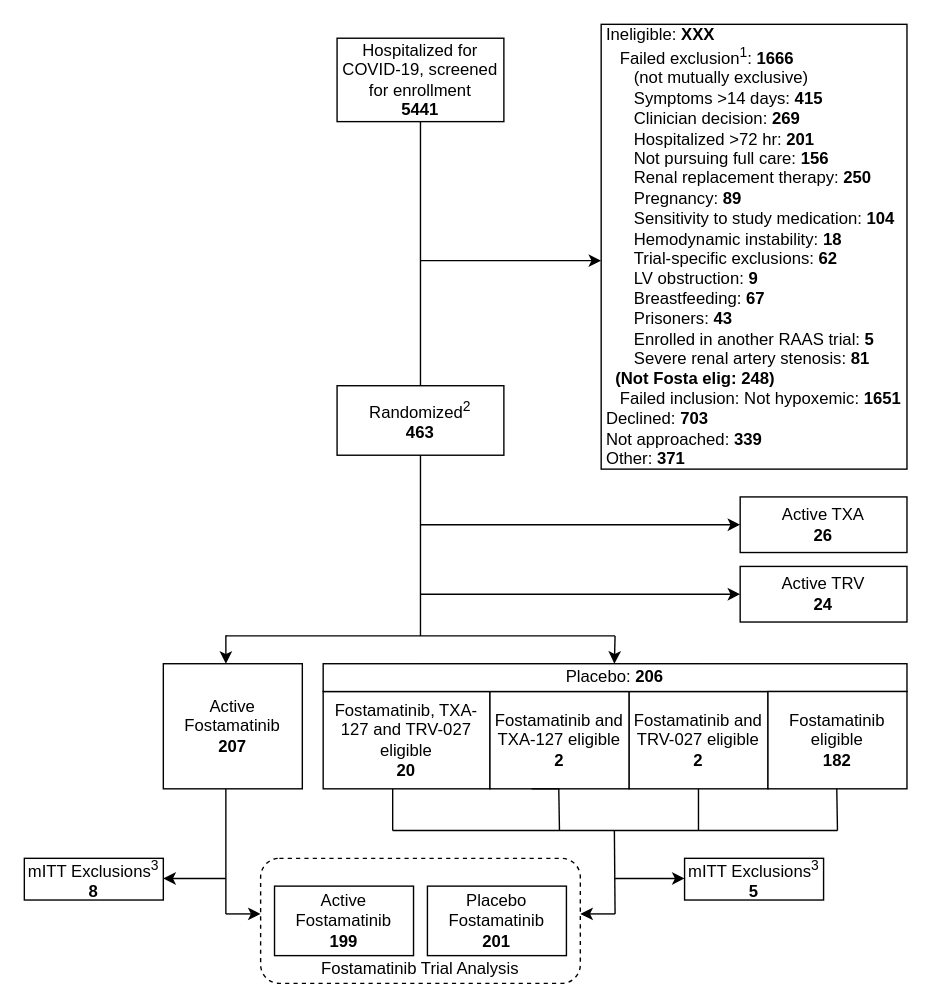
The draw.io diagram A4HT-CONSORT.drawio in jjdeclercq/VUMisC, before the edit. Source tidied: cells renumbered, new cells numbered last; positions are measured from the earlier drawing's top-left corner, leaving out a move shared by most shapes. Both pictures are drawn from the tidied source at 139%, with x=0, y=0 at pixel (24, 24).
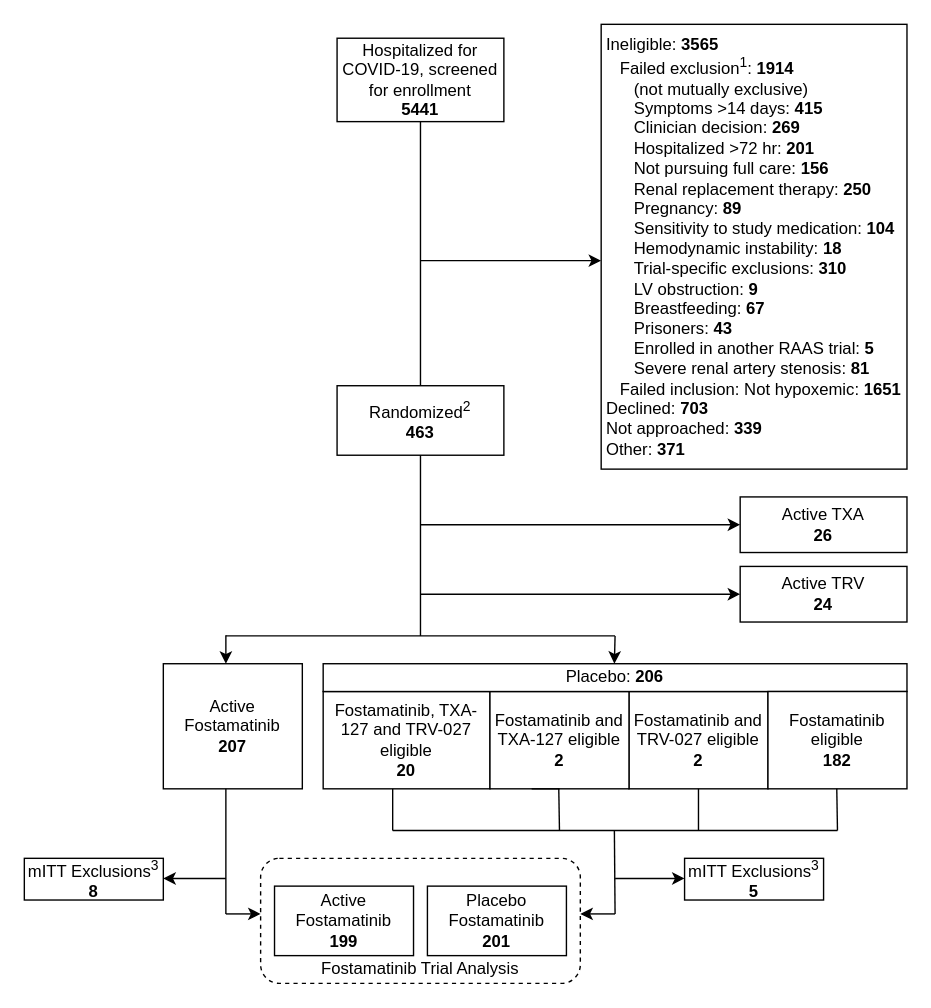
The same diagram, later.

What changed in the source:
```diff
@@
-    <mxCell id="5" value="&lt;div style=&quot;text-align: left;&quot;&gt;&lt;span style=&quot;background-color: initial;&quot;&gt;Ineligible: &lt;b&gt;XXX&lt;/b&gt;&lt;/span&gt;&lt;/div&gt;&lt;div style=&quot;text-align: left;&quot;&gt;&lt;span style=&quot;background-color: initial;&quot;&gt;&lt;b&gt;&amp;nbsp; &amp;nbsp;&lt;/b&gt;Failed exclusion&lt;sup&gt;1&lt;/sup&gt;: &lt;b&gt;1666&lt;/b&gt;&lt;/span&gt;&lt;/div&gt;&lt;div style=&quot;text-align: left;&quot;&gt;&lt;span style=&quot;background-color: initial;&quot;&gt;&lt;b&gt;&amp;nbsp; &amp;nbsp; &amp;nbsp; &lt;/b&gt;(not mutually exclusive)&lt;/span&gt;&lt;/div&gt;&lt;div style=&quot;text-align: left;&quot;&gt;&lt;span style=&quot;background-color: initial;&quot;&gt;&amp;nbsp; &amp;nbsp; &amp;nbsp; Symptoms &amp;gt;14 days: &lt;b&gt;415&lt;/b&gt;&lt;/span&gt;&lt;br&gt;&lt;/div&gt;&lt;div style=&quot;text-align: left;&quot;&gt;&amp;nbsp; &amp;nbsp; &amp;nbsp; Clinician decision: &lt;b&gt;269&lt;/b&gt;&lt;/div&gt;&lt;div style=&quot;text-align: left;&quot;&gt;&amp;nbsp; &amp;nbsp; &amp;nbsp; Hospitalized &amp;gt;72 hr: &lt;b&gt;201&lt;/b&gt;&lt;/div&gt;&lt;div style=&quot;text-align: left;&quot;&gt;&amp;nbsp; &amp;nbsp; &amp;nbsp; Not pursuing full care: &lt;b&gt;156&lt;br&gt;&lt;/b&gt;&lt;/div&gt;&lt;div style=&quot;text-align: left;&quot;&gt;&amp;nbsp; &amp;nbsp; &amp;nbsp; Renal replacement therapy: &lt;b&gt;250&lt;/b&gt;&lt;/div&gt;&lt;div style=&quot;text-align: left;&quot;&gt;&lt;span style=&quot;background-color: initial;&quot;&gt;&amp;nbsp; &amp;nbsp; &amp;nbsp; Pregnancy: &lt;b&gt;89&lt;/b&gt;&lt;/span&gt;&lt;/div&gt;&lt;div style=&quot;text-align: left;&quot;&gt;&lt;b style=&quot;background-color: initial;&quot;&gt;&amp;nbsp; &amp;nbsp; &amp;nbsp; &lt;/b&gt;&lt;span style=&quot;background-color: initial;&quot;&gt;Sensitivity to study medication: &lt;b&gt;104&lt;/b&gt;&lt;/span&gt;&lt;/div&gt;&lt;div style=&quot;text-align: left;&quot;&gt;&lt;span style=&quot;background-color: initial;&quot;&gt;&amp;nbsp; &amp;nbsp; &amp;nbsp; Hemodynamic instability: &lt;b&gt;18&lt;/b&gt;&lt;/span&gt;&lt;/div&gt;&lt;div style=&quot;text-align: left;&quot;&gt;&lt;b style=&quot;border-color: var(--border-color);&quot;&gt;&amp;nbsp; &amp;nbsp; &amp;nbsp;&amp;nbsp;&lt;/b&gt;Trial-specific exclusions: &lt;b&gt;62&lt;/b&gt;&lt;span style=&quot;background-color: initial;&quot;&gt;&lt;b&gt;&lt;br&gt;&lt;/b&gt;&lt;/span&gt;&lt;/div&gt;&lt;div style=&quot;text-align: left;&quot;&gt;&lt;span style=&quot;background-color: initial;&quot;&gt;&lt;b&gt;&amp;nbsp; &amp;nbsp; &amp;nbsp; &lt;/b&gt;LV obstruction: &lt;b&gt;9&lt;/b&gt;&lt;/span&gt;&lt;/div&gt;&lt;div style=&quot;text-align: left;&quot;&gt;&lt;span style=&quot;background-color: initial;&quot;&gt;&lt;b&gt;&amp;nbsp; &amp;nbsp; &amp;nbsp; &lt;/b&gt;Breastfeeding: &lt;b&gt;67&lt;/b&gt;&lt;/span&gt;&lt;/div&gt;&lt;div style=&quot;text-align: left;&quot;&gt;&lt;span style=&quot;background-color: initial;&quot;&gt;&amp;nbsp; &amp;nbsp; &amp;nbsp; Prisoners: &lt;b&gt;43&lt;/b&gt;&lt;/span&gt;&lt;/div&gt;&lt;div style=&quot;text-align: left;&quot;&gt;&lt;span style=&quot;background-color: initial;&quot;&gt;&amp;nbsp; &amp;nbsp; &amp;nbsp; Enrolled in another RAAS trial: &lt;b&gt;5&lt;/b&gt;&lt;/span&gt;&lt;/div&gt;&lt;div style=&quot;text-align: left;&quot;&gt;&lt;span style=&quot;background-color: initial;&quot;&gt;&amp;nbsp; &amp;nbsp; &amp;nbsp; Severe renal artery stenosis: &lt;b&gt;81&lt;/b&gt;&lt;/span&gt;&lt;/div&gt;&lt;div style=&quot;text-align: left;&quot;&gt;&lt;span style=&quot;background-color: initial;&quot;&gt;&lt;b&gt;&amp;nbsp; (Not Fosta elig: 248)&lt;/b&gt;&lt;/span&gt;&lt;/div&gt;&lt;div style=&quot;text-align: left;&quot;&gt;&amp;nbsp; &amp;nbsp;Failed inclusion: Not hypoxemic: &lt;b&gt;1651&lt;br&gt;&lt;/b&gt;&lt;/div&gt;&lt;div style=&quot;text-align: left;&quot;&gt;&lt;span style=&quot;border-color: var(--border-color);&quot;&gt;Declined: &lt;b&gt;703&lt;/b&gt;&lt;br&gt;&lt;/span&gt;&lt;/div&gt;&lt;div style=&quot;text-align: left;&quot;&gt;&lt;span style=&quot;background-color: initial;&quot;&gt;Not approached: &lt;b&gt;339&lt;/b&gt;&lt;/span&gt;&lt;/div&gt;&lt;div style=&quot;text-align: left;&quot;&gt;&lt;span style=&quot;background-color: initial;&quot;&gt;Other: &lt;b&gt;371&lt;/b&gt;&lt;/span&gt;&lt;br&gt;&lt;/div&gt;" style="rounded=0;whiteSpace=wrap;html=1;" parent="1" vertex="1">
+    <mxCell id="5" value="&lt;div style=&quot;text-align: left;&quot;&gt;&lt;span style=&quot;background-color: initial;&quot;&gt;Ineligible: &lt;b&gt;3565&lt;/b&gt;&lt;/span&gt;&lt;/div&gt;&lt;div style=&quot;text-align: left;&quot;&gt;&lt;span style=&quot;background-color: initial;&quot;&gt;&lt;b&gt;&amp;nbsp; &amp;nbsp;&lt;/b&gt;Failed exclusion&lt;sup&gt;1&lt;/sup&gt;: &lt;b&gt;1914&lt;/b&gt;&lt;/span&gt;&lt;/div&gt;&lt;div style=&quot;text-align: left;&quot;&gt;&lt;span style=&quot;background-color: initial;&quot;&gt;&lt;b&gt;&amp;nbsp; &amp;nbsp; &amp;nbsp; &lt;/b&gt;(not mutually exclusive)&lt;/span&gt;&lt;/div&gt;&lt;div style=&quot;text-align: left;&quot;&gt;&lt;span style=&quot;background-color: initial;&quot;&gt;&amp;nbsp; &amp;nbsp; &amp;nbsp; Symptoms &amp;gt;14 days: &lt;b&gt;415&lt;/b&gt;&lt;/span&gt;&lt;br&gt;&lt;/div&gt;&lt;div style=&quot;text-align: left;&quot;&gt;&amp;nbsp; &amp;nbsp; &amp;nbsp; Clinician decision: &lt;b&gt;269&lt;/b&gt;&lt;/div&gt;&lt;div style=&quot;text-align: left;&quot;&gt;&amp;nbsp; &amp;nbsp; &amp;nbsp; Hospitalized &amp;gt;72 hr: &lt;b&gt;201&lt;/b&gt;&lt;/div&gt;&lt;div style=&quot;text-align: left;&quot;&gt;&amp;nbsp; &amp;nbsp; &amp;nbsp; Not pursuing full care: &lt;b&gt;156&lt;br&gt;&lt;/b&gt;&lt;/div&gt;&lt;div style=&quot;text-align: left;&quot;&gt;&amp;nbsp; &amp;nbsp; &amp;nbsp; Renal replacement therapy: &lt;b&gt;250&lt;/b&gt;&lt;/div&gt;&lt;div style=&quot;text-align: left;&quot;&gt;&lt;span style=&quot;background-color: initial;&quot;&gt;&amp;nbsp; &amp;nbsp; &amp;nbsp; Pregnancy: &lt;b&gt;89&lt;/b&gt;&lt;/span&gt;&lt;/div&gt;&lt;div style=&quot;text-align: left;&quot;&gt;&lt;b style=&quot;background-color: initial;&quot;&gt;&amp;nbsp; &amp;nbsp; &amp;nbsp; &lt;/b&gt;&lt;span style=&quot;background-color: initial;&quot;&gt;Sensitivity to study medication: &lt;b&gt;104&lt;/b&gt;&lt;/span&gt;&lt;/div&gt;&lt;div style=&quot;text-align: left;&quot;&gt;&lt;span style=&quot;background-color: initial;&quot;&gt;&amp;nbsp; &amp;nbsp; &amp;nbsp; Hemodynamic instability: &lt;b&gt;18&lt;/b&gt;&lt;/span&gt;&lt;/div&gt;&lt;div style=&quot;text-align: left;&quot;&gt;&lt;b style=&quot;border-color: var(--border-color);&quot;&gt;&amp;nbsp; &amp;nbsp; &amp;nbsp;&amp;nbsp;&lt;/b&gt;Trial-specific exclusions: &lt;b&gt;310&lt;/b&gt;&lt;span style=&quot;background-color: initial;&quot;&gt;&lt;b&gt;&lt;br&gt;&lt;/b&gt;&lt;/span&gt;&lt;/div&gt;&lt;div style=&quot;text-align: left;&quot;&gt;&lt;span style=&quot;background-color: initial;&quot;&gt;&lt;b&gt;&amp;nbsp; &amp;nbsp; &amp;nbsp; &lt;/b&gt;LV obstruction: &lt;b&gt;9&lt;/b&gt;&lt;/span&gt;&lt;/div&gt;&lt;div style=&quot;text-align: left;&quot;&gt;&lt;span style=&quot;background-color: initial;&quot;&gt;&lt;b&gt;&amp;nbsp; &amp;nbsp; &amp;nbsp; &lt;/b&gt;Breastfeeding: &lt;b&gt;67&lt;/b&gt;&lt;/span&gt;&lt;/div&gt;&lt;div style=&quot;text-align: left;&quot;&gt;&lt;span style=&quot;background-color: initial;&quot;&gt;&amp;nbsp; &amp;nbsp; &amp;nbsp; Prisoners: &lt;b&gt;43&lt;/b&gt;&lt;/span&gt;&lt;/div&gt;&lt;div style=&quot;text-align: left;&quot;&gt;&lt;span style=&quot;background-color: initial;&quot;&gt;&amp;nbsp; &amp;nbsp; &amp;nbsp; Enrolled in another RAAS trial: &lt;b&gt;5&lt;/b&gt;&lt;/span&gt;&lt;/div&gt;&lt;div style=&quot;text-align: left;&quot;&gt;&lt;span style=&quot;background-color: initial;&quot;&gt;&amp;nbsp; &amp;nbsp; &amp;nbsp; Severe renal artery stenosis: &lt;b&gt;81&lt;/b&gt;&lt;/span&gt;&lt;/div&gt;&lt;div style=&quot;text-align: left;&quot;&gt;&amp;nbsp; &amp;nbsp;Failed inclusion: Not hypoxemic: &lt;b&gt;1651&lt;br&gt;&lt;/b&gt;&lt;/div&gt;&lt;div style=&quot;text-align: left;&quot;&gt;&lt;span style=&quot;border-color: var(--border-color);&quot;&gt;Declined: &lt;b&gt;703&lt;/b&gt;&lt;br&gt;&lt;/span&gt;&lt;/div&gt;&lt;div style=&quot;text-align: left;&quot;&gt;&lt;span style=&quot;background-color: initial;&quot;&gt;Not approached: &lt;b&gt;339&lt;/b&gt;&lt;/span&gt;&lt;/div&gt;&lt;div style=&quot;text-align: left;&quot;&gt;&lt;span style=&quot;background-color: initial;&quot;&gt;Other: &lt;b&gt;371&lt;/b&gt;&lt;/span&gt;&lt;br&gt;&lt;/div&gt;" style="rounded=0;whiteSpace=wrap;html=1;" parent="1" vertex="1">
       <mxGeometry x="415" width="220" height="320" as="geometry" />
     </mxCell>
```
